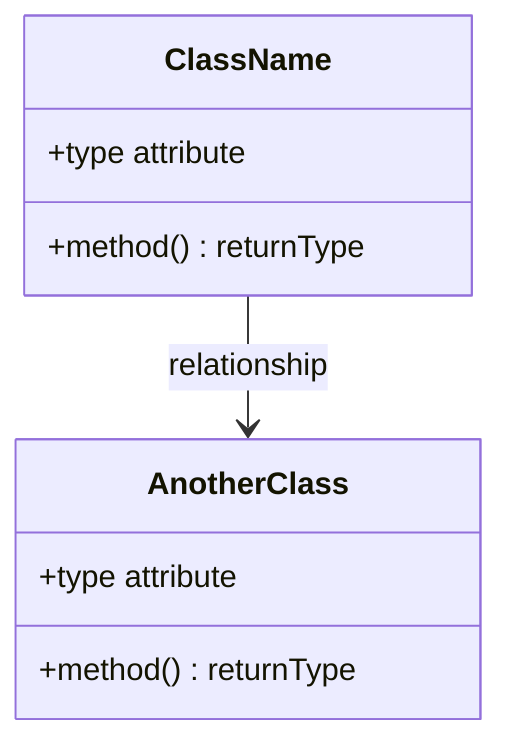
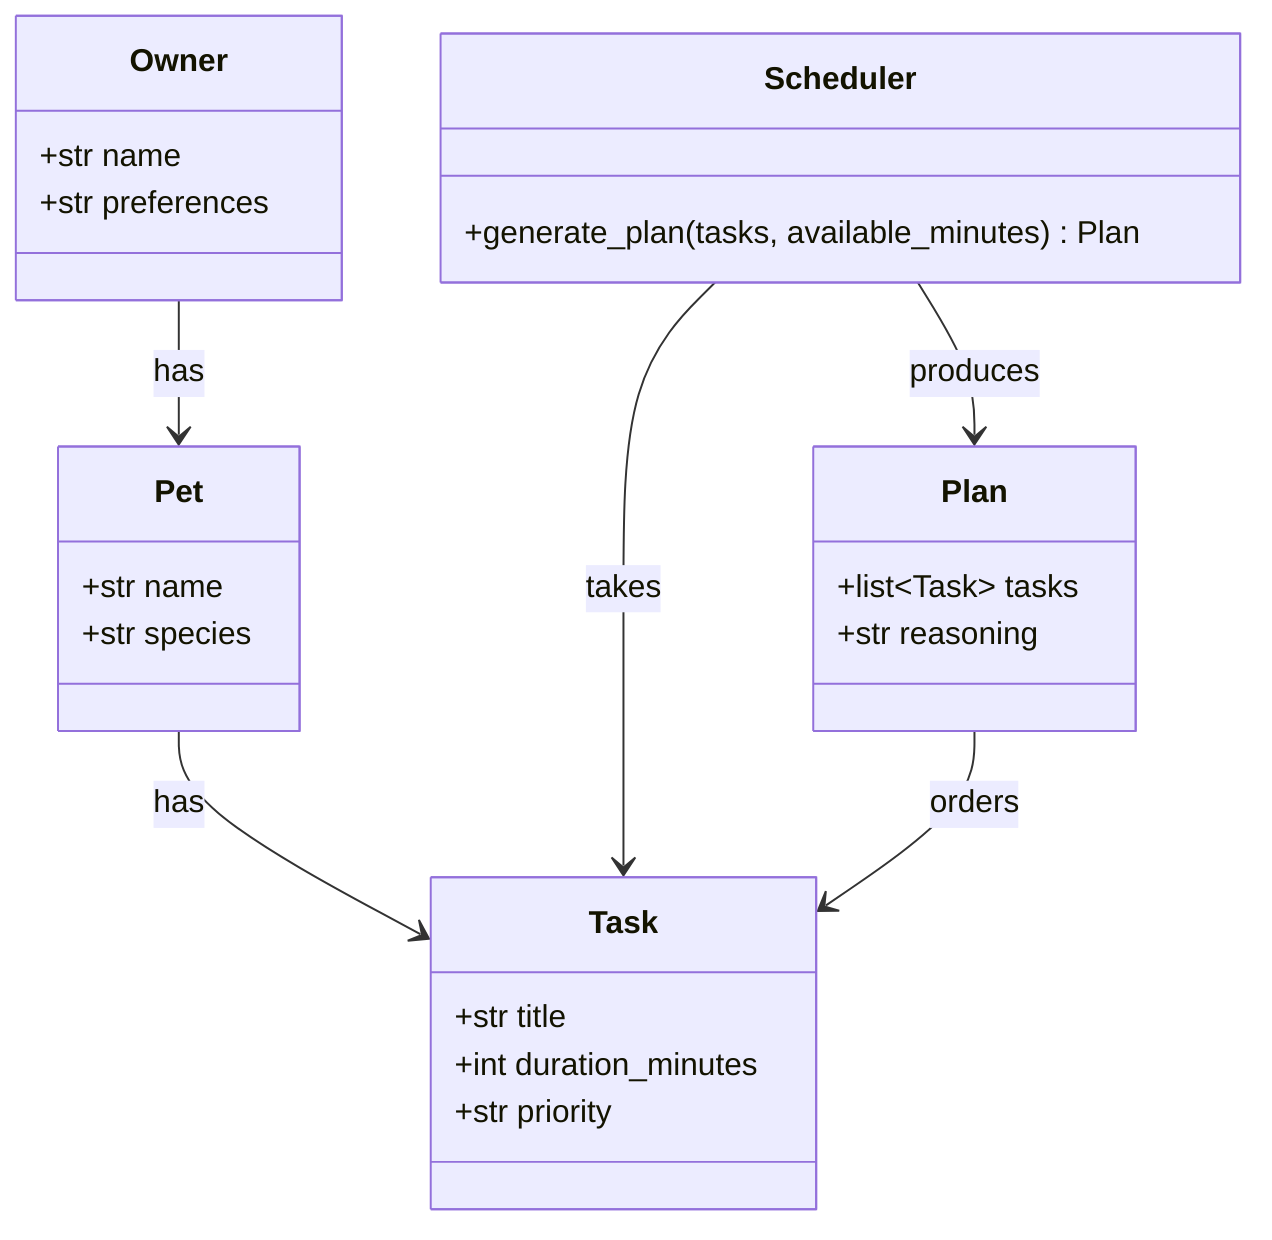
classDiagram
    %% Replace the placeholders below with your actual classes, attributes, methods, and relationships.
    %% Keep this file updated so it matches your final implementation.
+     %% Initial UML — data classes (Owner, Pet, Task, Plan) + logic class (Scheduler).

-     class ClassName {
-         +type attribute
-         +method() returnType
+     class Owner {
+         +str name
+         +str preferences
    }

-     class AnotherClass {
-         +type attribute
-         +method() returnType
+     class Pet {
+         +str name
+         +str species
    }

-     ClassName --> AnotherClass : relationship
+     class Task {
+         +str title
+         +int duration_minutes
+         +str priority
+     }
+ 
+     class Scheduler {
+         +generate_plan(tasks, available_minutes) Plan
+     }
+ 
+     class Plan {
+         +list~Task~ tasks
+         +str reasoning
+     }
+ 
+     Owner --> Pet : has
+     Pet --> Task : has
+     Scheduler --> Task : takes
+     Scheduler --> Plan : produces
+     Plan --> Task : orders
